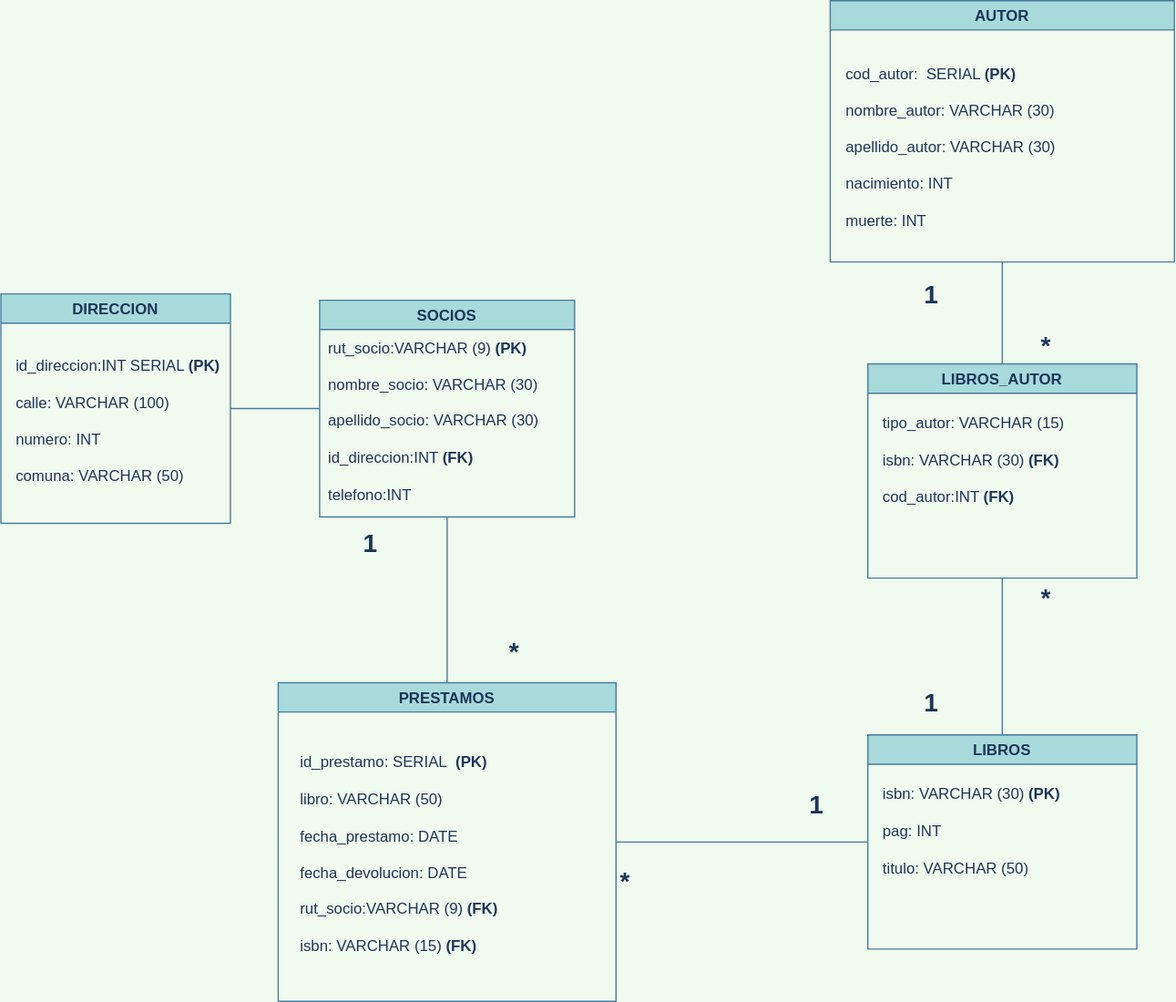
latiscool/BD_Bilbioteca_LTG keeps this draw.io diagram as Modelo_Fisico_03.svg. Above is the earlier version. Source tidied: cells renumbered, new cells last; positions are measured from the earlier drawing's top-left corner, leaving out a move shared by most shapes.
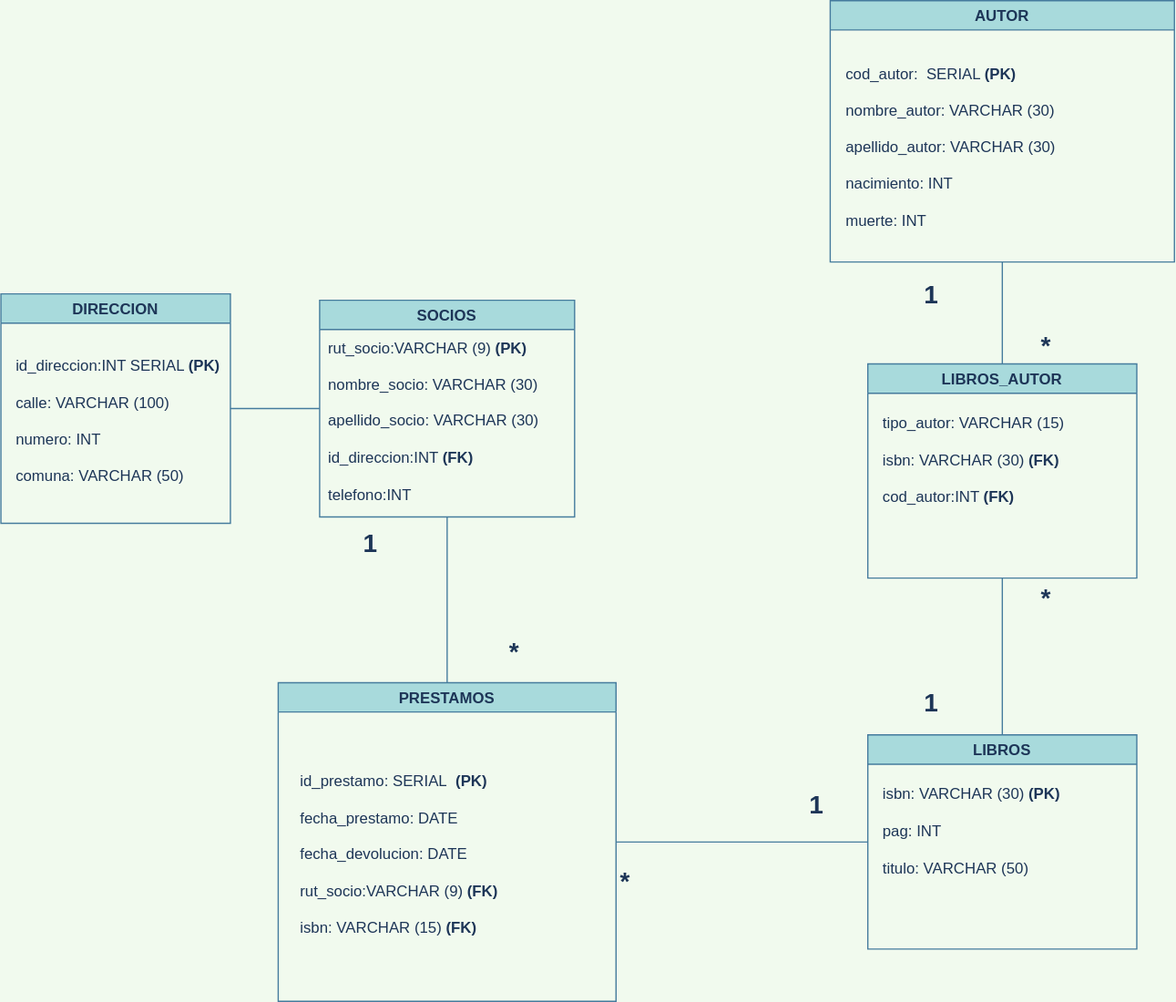
Later version of the same file.

Change to the diagram source:
```diff
@@ -11,7 +11,7 @@
     <mxCell id="4" value="PRESTAMOS" style="swimlane;startSize=23;fillColor=#A8DADC;strokeColor=#457B9D;fontColor=#1D3557;" parent="1" vertex="1">
       <mxGeometry x="217.5" y="535" width="265" height="250" as="geometry" />
     </mxCell>
-    <mxCell id="5" value="&lt;blockquote style=&quot;margin: 0 0 0 40px ; border: none ; padding: 0px&quot;&gt;&lt;/blockquote&gt;id_prestamo: SERIAL&amp;nbsp; &lt;b&gt;(PK)&lt;/b&gt;&lt;br&gt;&lt;br&gt;libro: VARCHAR (50)&lt;br&gt;&lt;br&gt;fecha_prestamo: DATE&lt;br&gt;&lt;br&gt;fecha_devolucion: DATE&lt;br&gt;&lt;br&gt;rut_socio:VARCHAR (9)&amp;nbsp;&lt;b&gt;(FK)&lt;/b&gt;&lt;br&gt;&amp;nbsp;&lt;br&gt;isbn: VARCHAR (15)&amp;nbsp;&lt;b&gt;(FK)&lt;/b&gt;" style="text;html=1;strokeColor=none;fillColor=none;align=left;verticalAlign=middle;whiteSpace=wrap;rounded=0;fontColor=#1D3557;" parent="4" vertex="1">
+    <mxCell id="5" value="&lt;blockquote style=&quot;margin: 0 0 0 40px ; border: none ; padding: 0px&quot;&gt;&lt;/blockquote&gt;id_prestamo: SERIAL&amp;nbsp; &lt;b&gt;(PK)&lt;/b&gt;&lt;br&gt;&lt;br&gt;fecha_prestamo: DATE&lt;br&gt;&lt;br&gt;fecha_devolucion: DATE&lt;br&gt;&lt;br&gt;rut_socio:VARCHAR (9)&amp;nbsp;&lt;b&gt;(FK)&lt;/b&gt;&lt;br&gt;&amp;nbsp;&lt;br&gt;isbn: VARCHAR (15)&amp;nbsp;&lt;b&gt;(FK)&lt;/b&gt;" style="text;html=1;strokeColor=none;fillColor=none;align=left;verticalAlign=middle;whiteSpace=wrap;rounded=0;fontColor=#1D3557;" parent="4" vertex="1">
       <mxGeometry x="15" y="30" width="225" height="210" as="geometry" />
     </mxCell>
     <mxCell id="6" value="LIBROS" style="swimlane;startSize=23;fillColor=#A8DADC;strokeColor=#457B9D;fontColor=#1D3557;" parent="1" vertex="1">
```
